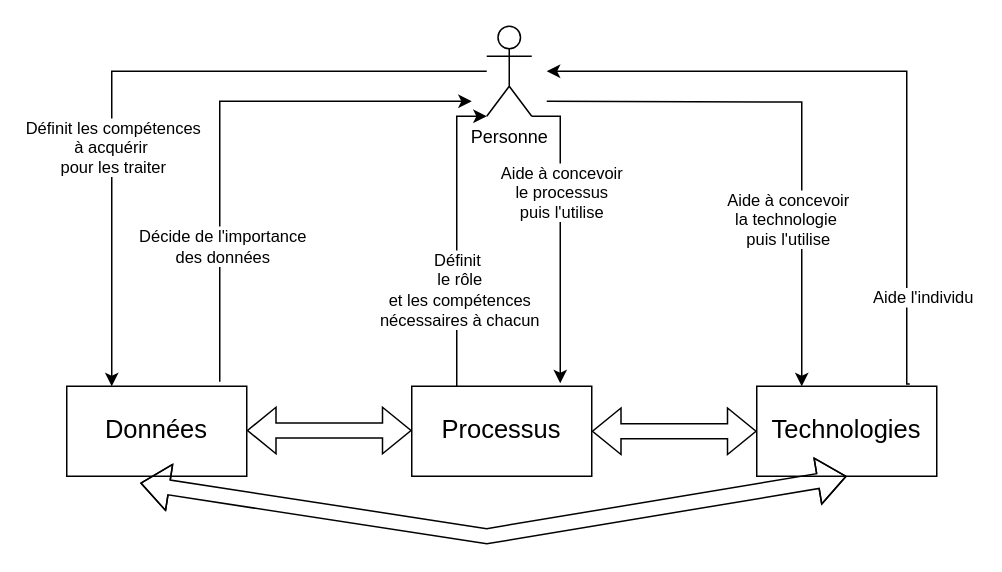
The draw.io diagram page "Page-1" (1 of 5) of Relation individu-données-technologies.drawio in Fabrice-64/Drawings, before the edit. Source tidied: cells renumbered, new cells numbered last; positions are measured from the earlier drawing's top-left corner, leaving out a move shared by most shapes. Both pictures are drawn from the tidied source at 150%, with x=0, y=0 at pixel (66, 26).
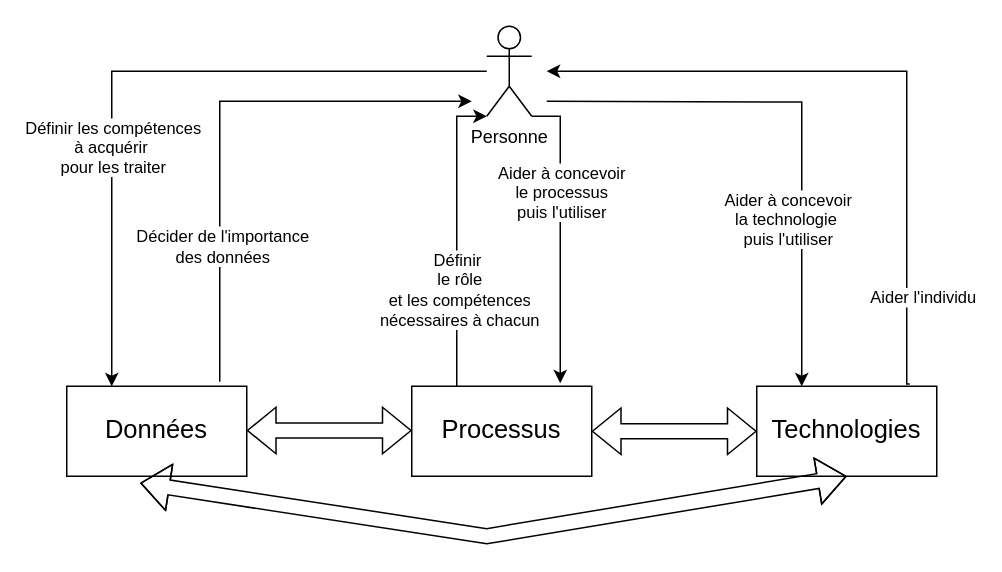
The same diagram, later.

Commit message:
Mettre à jour Relation individu-données-technologies.drawio

The change refers to these unchanged cells:
```xml
<mxCell id="2" style="edgeStyle=orthogonalEdgeStyle;rounded=0;jettySize=auto;html=1;entryX=0.25;entryY=0;entryDx=0;entryDy=0;" parent="1" edge="1" source="4" target="5">
  <mxGeometry relative="1" as="geometry" />
</mxCell>
<mxCell id="6" style="edgeStyle=orthogonalEdgeStyle;rounded=0;jettySize=auto;html=1;exitX=0.85;exitY=-0.05;exitDx=0;exitDy=0;exitPerimeter=0;" parent="1" edge="1" source="5">
  <mxGeometry relative="1" as="geometry">
    <mxPoint x="270" y="50" as="targetPoint" />
    <Array as="points">
      <mxPoint x="102" y="50" />
    </Array>
  </mxGeometry>
</mxCell>
<mxCell id="8" style="edgeStyle=orthogonalEdgeStyle;rounded=0;jettySize=auto;html=1;entryX=0.25;entryY=0;entryDx=0;entryDy=0;" parent="1" edge="1" target="10">
  <mxGeometry relative="1" as="geometry">
    <mxPoint x="320" y="50" as="sourcePoint" />
  </mxGeometry>
</mxCell>
<mxCell id="11" style="edgeStyle=orthogonalEdgeStyle;rounded=0;jettySize=auto;html=1;exitX=0.85;exitY=-0.025;exitDx=0;exitDy=0;exitPerimeter=0;" parent="1" edge="1" source="10">
  <mxGeometry relative="1" as="geometry">
    <mxPoint x="320" y="30" as="targetPoint" />
    <Array as="points">
      <mxPoint x="560" y="239" />
      <mxPoint x="560" y="30" />
    </Array>
  </mxGeometry>
</mxCell>
<mxCell id="14" style="edgeStyle=orthogonalEdgeStyle;rounded=0;jettySize=auto;html=1;exitX=0.25;exitY=0;exitDx=0;exitDy=0;" parent="1" edge="1" source="13">
  <mxGeometry relative="1" as="geometry">
    <mxPoint x="280" y="60" as="targetPoint" />
    <Array as="points">
      <mxPoint x="260" y="60" />
    </Array>
  </mxGeometry>
</mxCell>
<mxCell id="16" style="edgeStyle=orthogonalEdgeStyle;rounded=0;jettySize=auto;html=1;exitX=0.825;exitY=-0.033;exitDx=0;exitDy=0;exitPerimeter=0;entryX=1;entryY=1;entryDx=0;entryDy=0;entryPerimeter=0;endArrow=none;endFill=0;startArrow=classic;startFill=1;" parent="1" edge="1" source="13" target="4">
  <mxGeometry relative="1" as="geometry">
    <Array as="points">
      <mxPoint x="329" y="60" />
    </Array>
  </mxGeometry>
</mxCell>
```

The edit, as a diff of the source:
```diff
@@
-    <mxCell id="3" value="Définit les compétences&lt;div style=&quot;font-size: 11px;&quot;&gt;à acquérir&amp;nbsp;&lt;/div&gt;&lt;div style=&quot;font-size: 11px;&quot;&gt;pour les traiter&lt;/div&gt;" style="edgeLabel;html=1;align=center;verticalAlign=middle;fontSize=11;" parent="2" vertex="1">
+    <mxCell id="3" value="Définir les compétences&lt;div style=&quot;font-size: 11px;&quot;&gt;à acquérir&amp;nbsp;&lt;/div&gt;&lt;div style=&quot;font-size: 11px;&quot;&gt;pour les traiter&lt;/div&gt;" style="edgeLabel;html=1;align=center;verticalAlign=middle;fontSize=11;" parent="2" vertex="1">
       <mxGeometry x="0.25" relative="1" as="geometry">
         <mxPoint y="12" as="offset" />
       </mxGeometry>
     </mxCell>
@@
-    <mxCell id="7" value="Décide de l'importance&lt;br style=&quot;font-size: 11px;&quot;&gt;des données" style="edgeLabel;html=1;align=center;verticalAlign=middle;fontSize=11;" parent="6" vertex="1">
+    <mxCell id="7" value="Décider de l'importance&lt;br style=&quot;font-size: 11px;&quot;&gt;des données" style="edgeLabel;html=1;align=center;verticalAlign=middle;fontSize=11;" parent="6" vertex="1">
       <mxGeometry x="-0.48" y="-1" relative="1" as="geometry">
         <mxPoint y="1" as="offset" />
       </mxGeometry>
     </mxCell>
@@
-    <mxCell id="9" value="&lt;font style=&quot;font-size: 11px;&quot;&gt;Aide à concevoir&lt;br style=&quot;font-size: 11px;&quot;&gt;la technologie&amp;nbsp;&lt;br style=&quot;font-size: 11px;&quot;&gt;puis l'utilise&lt;/font&gt;" style="edgeLabel;html=1;align=center;verticalAlign=middle;fontSize=11;" parent="8" vertex="1">
+    <mxCell id="9" value="&lt;font style=&quot;font-size: 11px;&quot;&gt;Aider à concevoir&lt;br style=&quot;font-size: 11px;&quot;&gt;la technologie&amp;nbsp;&lt;br style=&quot;font-size: 11px;&quot;&gt;puis l'utiliser&lt;/font&gt;" style="edgeLabel;html=1;align=center;verticalAlign=middle;fontSize=11;" parent="8" vertex="1">
       <mxGeometry x="0.38" y="1" relative="1" as="geometry">
         <mxPoint x="-11" as="offset" />
       </mxGeometry>
     </mxCell>
@@
-    <mxCell id="12" value="&lt;font style=&quot;font-size: 11px;&quot;&gt;Aide l'individu&lt;/font&gt;" style="edgeLabel;html=1;align=center;verticalAlign=middle;fontSize=11;" parent="11" vertex="1">
+    <mxCell id="12" value="&lt;font style=&quot;font-size: 11px;&quot;&gt;Aider l'individu&lt;/font&gt;" style="edgeLabel;html=1;align=center;verticalAlign=middle;fontSize=11;" parent="11" vertex="1">
       <mxGeometry x="-0.35" y="2" relative="1" as="geometry">
         <mxPoint x="12" y="86" as="offset" />
       </mxGeometry>
     </mxCell>
@@
-    <mxCell id="15" value="Définit&amp;nbsp;&lt;br style=&quot;font-size: 11px;&quot;&gt;le rôle &lt;br style=&quot;font-size: 11px;&quot;&gt;et les compétences&lt;br style=&quot;font-size: 11px;&quot;&gt;nécessaires à chacun" style="edgeLabel;html=1;align=center;verticalAlign=middle;fontSize=11;" parent="14" vertex="1">
+    <mxCell id="15" value="Définir&amp;nbsp;&lt;br style=&quot;font-size: 11px;&quot;&gt;le rôle &lt;br style=&quot;font-size: 11px;&quot;&gt;et les compétences&lt;br style=&quot;font-size: 11px;&quot;&gt;nécessaires à chacun" style="edgeLabel;html=1;align=center;verticalAlign=middle;fontSize=11;" parent="14" vertex="1">
       <mxGeometry x="-0.34" y="-1" relative="1" as="geometry">
         <mxPoint y="1" as="offset" />
       </mxGeometry>
     </mxCell>
@@
-    <mxCell id="17" value="Aide à concevoir&lt;br style=&quot;font-size: 11px;&quot;&gt;le processus&lt;br style=&quot;font-size: 11px;&quot;&gt;puis l'utilise" style="edgeLabel;html=1;align=center;verticalAlign=middle;fontSize=11;" parent="16" vertex="1">
+    <mxCell id="17" value="Aider à concevoir&lt;br style=&quot;font-size: 11px;&quot;&gt;le processus&lt;br style=&quot;font-size: 11px;&quot;&gt;puis l'utiliser" style="edgeLabel;html=1;align=center;verticalAlign=middle;fontSize=11;" parent="16" vertex="1">
       <mxGeometry x="-0.03" relative="1" as="geometry">
         <mxPoint y="-32" as="offset" />
       </mxGeometry>
     </mxCell>
```
